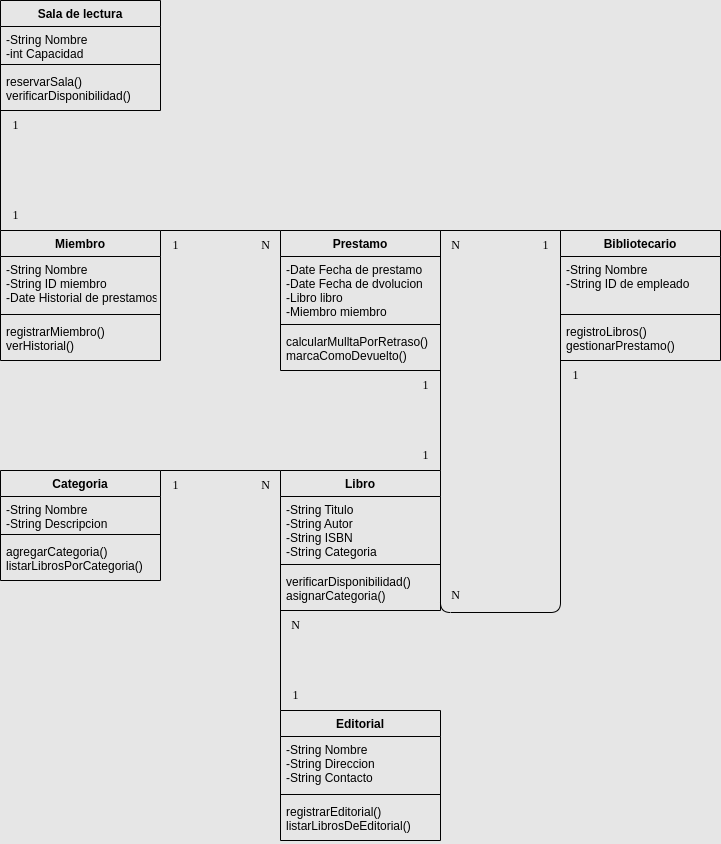
This is SistemaGestionBiblioteca.drawio.png from alexfdb/Diagramas-de-Clases, a draw.io export, as it was before one commit. Source tidied: cells renumbered, new cells last; positions are measured from the earlier drawing's top-left corner, leaving out a move shared by most shapes.
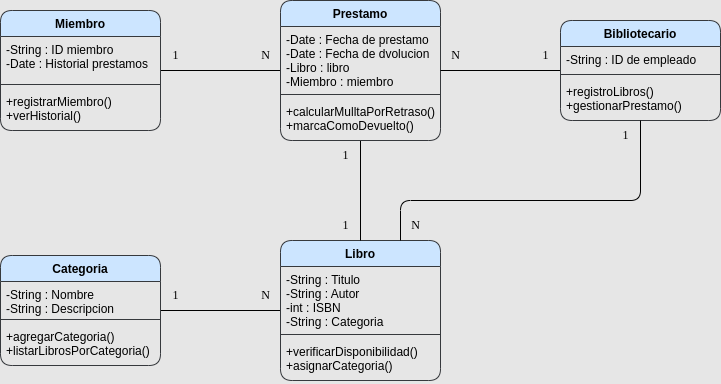
The same diagram one commit later.

Diff of the diagram source:
```diff
@@ -2,157 +2,115 @@
   <root>
     <mxCell id="0" />
     <mxCell id="1" parent="0" />
-    <mxCell id="2" style="html=1;exitX=0;exitY=0;exitDx=0;exitDy=0;entryX=1;entryY=0;entryDx=0;entryDy=0;endArrow=none;endFill=0;" parent="1" edge="1" source="3" target="22">
+    <mxCell id="2" style="html=1;endArrow=none;endFill=0;" parent="1" edge="1" source="3" target="22">
       <mxGeometry relative="1" as="geometry" />
     </mxCell>
-    <mxCell id="3" value="Libro" style="swimlane;fontStyle=1;align=center;verticalAlign=top;horizontal=1;startSize=26;fillColor=none;" parent="1" vertex="1">
+    <mxCell id="3" value="Libro" style="swimlane;fontStyle=1;align=center;verticalAlign=top;horizontal=1;startSize=26;fillColor=#cce5ff;strokeColor=#36393d;rounded=1;" parent="1" vertex="1">
       <mxGeometry x="280" y="470" width="160" height="140" as="geometry" />
     </mxCell>
-    <mxCell id="4" value="-String Titulo&#10;-String Autor&#10;-String ISBN&#10;-String Categoria" style="text;strokeColor=none;fillColor=none;align=left;verticalAlign=top;spacingLeft=4;spacingRight=4;overflow=hidden;" parent="3" vertex="1">
+    <mxCell id="4" value="-String : Titulo&#10;-String : Autor&#10;-int : ISBN&#10;-String : Categoria" style="text;strokeColor=none;fillColor=none;align=left;verticalAlign=top;spacingLeft=4;spacingRight=4;overflow=hidden;rounded=1;" parent="3" vertex="1">
       <mxGeometry y="26" width="160" height="64" as="geometry" />
     </mxCell>
-    <mxCell id="5" style="line;strokeWidth=1;fillColor=none;align=left;verticalAlign=middle;spacingTop=-1;spacingLeft=3;spacingRight=3;labelPosition=right;strokeColor=inherit;" parent="3" vertex="1">
+    <mxCell id="5" style="line;strokeWidth=1;fillColor=none;align=left;verticalAlign=middle;spacingTop=-1;spacingLeft=3;spacingRight=3;labelPosition=right;strokeColor=inherit;rounded=1;" parent="3" vertex="1">
       <mxGeometry y="90" width="160" height="8" as="geometry" />
     </mxCell>
-    <mxCell id="6" value="verificarDisponibilidad()&#10;asignarCategoria()" style="text;strokeColor=none;fillColor=none;align=left;verticalAlign=top;spacingLeft=4;spacingRight=4;overflow=hidden;points=[[0,0.5],[1,0.5]];portConstraint=eastwest;" parent="3" vertex="1">
+    <mxCell id="6" value="+verificarDisponibilidad()&#10;+asignarCategoria()" style="text;strokeColor=none;fillColor=none;align=left;verticalAlign=top;spacingLeft=4;spacingRight=4;overflow=hidden;points=[[0,0.5],[1,0.5]];portConstraint=eastwest;rounded=1;" parent="3" vertex="1">
       <mxGeometry y="98" width="160" height="42" as="geometry" />
     </mxCell>
-    <mxCell id="7" style="edgeStyle=none;html=1;exitX=1;exitY=0;exitDx=0;exitDy=0;entryX=0;entryY=0;entryDx=0;entryDy=0;endArrow=none;endFill=0;" parent="1" edge="1" source="8" target="13">
+    <mxCell id="7" style="edgeStyle=none;html=1;endArrow=none;endFill=0;" parent="1" edge="1" source="8" target="13">
       <mxGeometry relative="1" as="geometry" />
     </mxCell>
-    <mxCell id="8" value="Miembro" style="swimlane;fontStyle=1;align=center;verticalAlign=top;horizontal=1;startSize=26;fillColor=none;" parent="1" vertex="1">
-      <mxGeometry y="230" width="160" height="130" as="geometry" />
+    <mxCell id="8" value="Miembro" style="swimlane;fontStyle=1;align=center;verticalAlign=top;horizontal=1;startSize=26;fillColor=#cce5ff;strokeColor=#36393d;rounded=1;" parent="1" vertex="1">
+      <mxGeometry y="240" width="160" height="120" as="geometry" />
     </mxCell>
-    <mxCell id="9" value="-String Nombre&#10;-String ID miembro&#10;-Date Historial de prestamos" style="text;strokeColor=none;fillColor=none;align=left;verticalAlign=top;spacingLeft=4;spacingRight=4;overflow=hidden;" parent="8" vertex="1">
-      <mxGeometry y="26" width="160" height="54" as="geometry" />
+    <mxCell id="9" value="-String : ID miembro&#10;-Date : Historial prestamos" style="text;strokeColor=none;fillColor=none;align=left;verticalAlign=top;spacingLeft=4;spacingRight=4;overflow=hidden;rounded=1;" parent="8" vertex="1">
+      <mxGeometry y="26" width="160" height="44" as="geometry" />
     </mxCell>
-    <mxCell id="10" style="line;strokeWidth=1;fillColor=none;align=left;verticalAlign=middle;spacingTop=-1;spacingLeft=3;spacingRight=3;labelPosition=right;strokeColor=inherit;" parent="8" vertex="1">
-      <mxGeometry y="80" width="160" height="8" as="geometry" />
+    <mxCell id="10" style="line;strokeWidth=1;fillColor=none;align=left;verticalAlign=middle;spacingTop=-1;spacingLeft=3;spacingRight=3;labelPosition=right;strokeColor=inherit;rounded=1;" parent="8" vertex="1">
+      <mxGeometry y="70" width="160" height="8" as="geometry" />
     </mxCell>
-    <mxCell id="11" value="registrarMiembro()&#10;verHistorial()" style="text;strokeColor=none;fillColor=none;align=left;verticalAlign=top;spacingLeft=4;spacingRight=4;overflow=hidden;" parent="8" vertex="1">
-      <mxGeometry y="88" width="160" height="42" as="geometry" />
+    <mxCell id="11" value="+registrarMiembro()&#10;+verHistorial()" style="text;strokeColor=none;fillColor=none;align=left;verticalAlign=top;spacingLeft=4;spacingRight=4;overflow=hidden;rounded=1;" parent="8" vertex="1">
+      <mxGeometry y="78" width="160" height="42" as="geometry" />
     </mxCell>
-    <mxCell id="12" style="edgeStyle=none;html=1;exitX=1;exitY=0;exitDx=0;exitDy=0;entryX=1;entryY=0;entryDx=0;entryDy=0;endArrow=none;endFill=0;" parent="1" edge="1" source="13" target="3">
+    <mxCell id="12" style="edgeStyle=none;html=1;endArrow=none;endFill=0;" parent="1" edge="1" source="13" target="3">
       <mxGeometry relative="1" as="geometry" />
     </mxCell>
-    <mxCell id="13" value="Prestamo" style="swimlane;fontStyle=1;align=center;verticalAlign=top;horizontal=1;startSize=26;fillColor=none;" parent="1" vertex="1">
+    <mxCell id="13" value="Prestamo" style="swimlane;fontStyle=1;align=center;verticalAlign=top;horizontal=1;startSize=26;fillColor=#cce5ff;strokeColor=#36393d;rounded=1;" parent="1" vertex="1">
       <mxGeometry x="280" y="230" width="160" height="140" as="geometry" />
     </mxCell>
-    <mxCell id="14" value="-Date Fecha de prestamo&#10;-Date Fecha de dvolucion&#10;-Libro libro&#10;-Miembro miembro" style="text;strokeColor=none;fillColor=none;align=left;verticalAlign=top;spacingLeft=4;spacingRight=4;overflow=hidden;" parent="13" vertex="1">
+    <mxCell id="14" value="-Date : Fecha de prestamo&#10;-Date : Fecha de dvolucion&#10;-Libro : libro&#10;-Miembro : miembro" style="text;strokeColor=none;fillColor=none;align=left;verticalAlign=top;spacingLeft=4;spacingRight=4;overflow=hidden;rounded=1;" parent="13" vertex="1">
       <mxGeometry y="26" width="160" height="64" as="geometry" />
     </mxCell>
-    <mxCell id="15" style="line;strokeWidth=1;fillColor=none;align=left;verticalAlign=middle;spacingTop=-1;spacingLeft=3;spacingRight=3;labelPosition=right;strokeColor=inherit;" parent="13" vertex="1">
+    <mxCell id="15" style="line;strokeWidth=1;fillColor=none;align=left;verticalAlign=middle;spacingTop=-1;spacingLeft=3;spacingRight=3;labelPosition=right;strokeColor=inherit;rounded=1;" parent="13" vertex="1">
       <mxGeometry y="90" width="160" height="8" as="geometry" />
     </mxCell>
-    <mxCell id="16" value="calcularMulltaPorRetraso()&#10;marcaComoDevuelto()" style="text;strokeColor=none;fillColor=none;align=left;verticalAlign=top;spacingLeft=4;spacingRight=4;overflow=hidden;" parent="13" vertex="1">
+    <mxCell id="16" value="+calcularMulltaPorRetraso()&#10;+marcaComoDevuelto()" style="text;strokeColor=none;fillColor=none;align=left;verticalAlign=top;spacingLeft=4;spacingRight=4;overflow=hidden;rounded=1;" parent="13" vertex="1">
       <mxGeometry y="98" width="160" height="42" as="geometry" />
     </mxCell>
-    <mxCell id="17" style="edgeStyle=none;html=1;exitX=0;exitY=0;exitDx=0;exitDy=0;entryX=1;entryY=0;entryDx=0;entryDy=0;endArrow=none;endFill=0;" parent="1" edge="1" source="18" target="13">
+    <mxCell id="17" style="edgeStyle=none;html=1;endArrow=none;endFill=0;" parent="1" edge="1" source="18" target="13">
       <mxGeometry relative="1" as="geometry" />
     </mxCell>
-    <mxCell id="18" value="Bibliotecario" style="swimlane;fontStyle=1;align=center;verticalAlign=top;horizontal=1;startSize=26;fillColor=none;" parent="1" vertex="1">
-      <mxGeometry x="560" y="230" width="160" height="130" as="geometry" />
+    <mxCell id="18" value="Bibliotecario" style="swimlane;fontStyle=1;align=center;verticalAlign=top;horizontal=1;startSize=26;fillColor=#cce5ff;strokeColor=#36393d;rounded=1;" parent="1" vertex="1">
+      <mxGeometry x="560" y="250" width="160" height="100" as="geometry" />
     </mxCell>
-    <mxCell id="19" value="-String Nombre&#10;-String ID de empleado" style="text;strokeColor=none;fillColor=none;align=left;verticalAlign=top;spacingLeft=4;spacingRight=4;overflow=hidden;" parent="18" vertex="1">
-      <mxGeometry y="26" width="160" height="54" as="geometry" />
+    <mxCell id="19" value="-String : ID de empleado" style="text;strokeColor=none;fillColor=none;align=left;verticalAlign=top;spacingLeft=4;spacingRight=4;overflow=hidden;rounded=1;" parent="18" vertex="1">
+      <mxGeometry y="26" width="160" height="24" as="geometry" />
     </mxCell>
-    <mxCell id="20" style="line;strokeWidth=1;fillColor=none;align=left;verticalAlign=middle;spacingTop=-1;spacingLeft=3;spacingRight=3;labelPosition=right;strokeColor=inherit;" parent="18" vertex="1">
-      <mxGeometry y="80" width="160" height="8" as="geometry" />
+    <mxCell id="20" style="line;strokeWidth=1;fillColor=none;align=left;verticalAlign=middle;spacingTop=-1;spacingLeft=3;spacingRight=3;labelPosition=right;strokeColor=inherit;rounded=1;" parent="18" vertex="1">
+      <mxGeometry y="50" width="160" height="8" as="geometry" />
     </mxCell>
-    <mxCell id="21" value="registroLibros()&#10;gestionarPrestamo()" style="text;strokeColor=none;fillColor=none;align=left;verticalAlign=top;spacingLeft=4;spacingRight=4;overflow=hidden;points=[[0,0.5],[1,0.5]];portConstraint=eastwest;" parent="18" vertex="1">
-      <mxGeometry y="88" width="160" height="42" as="geometry" />
+    <mxCell id="21" value="+registroLibros()&#10;+gestionarPrestamo()" style="text;strokeColor=none;fillColor=none;align=left;verticalAlign=top;spacingLeft=4;spacingRight=4;overflow=hidden;points=[[0,0.5],[1,0.5]];portConstraint=eastwest;rounded=1;" parent="18" vertex="1">
+      <mxGeometry y="58" width="160" height="42" as="geometry" />
     </mxCell>
-    <mxCell id="22" value="Categoria" style="swimlane;fontStyle=1;align=center;verticalAlign=top;horizontal=1;startSize=26;fillColor=none;" parent="1" vertex="1">
-      <mxGeometry y="470" width="160" height="110" as="geometry" />
+    <mxCell id="22" value="Categoria" style="swimlane;fontStyle=1;align=center;verticalAlign=top;horizontal=1;startSize=26;fillColor=#cce5ff;strokeColor=#36393d;rounded=1;" parent="1" vertex="1">
+      <mxGeometry y="485" width="160" height="110" as="geometry" />
     </mxCell>
-    <mxCell id="23" value="-String Nombre&#10;-String Descripcion" style="text;strokeColor=none;fillColor=none;align=left;verticalAlign=top;spacingLeft=4;spacingRight=4;overflow=hidden;" parent="22" vertex="1">
+    <mxCell id="23" value="-String : Nombre&#10;-String : Descripcion" style="text;strokeColor=none;fillColor=none;align=left;verticalAlign=top;spacingLeft=4;spacingRight=4;overflow=hidden;rounded=1;" parent="22" vertex="1">
       <mxGeometry y="26" width="160" height="34" as="geometry" />
     </mxCell>
-    <mxCell id="24" style="line;strokeWidth=1;fillColor=none;align=left;verticalAlign=middle;spacingTop=-1;spacingLeft=3;spacingRight=3;labelPosition=right;strokeColor=inherit;" parent="22" vertex="1">
+    <mxCell id="24" style="line;strokeWidth=1;fillColor=none;align=left;verticalAlign=middle;spacingTop=-1;spacingLeft=3;spacingRight=3;labelPosition=right;strokeColor=inherit;rounded=1;" parent="22" vertex="1">
       <mxGeometry y="60" width="160" height="8" as="geometry" />
     </mxCell>
-    <mxCell id="25" value="agregarCategoria()&#10;listarLibrosPorCategoria()" style="text;strokeColor=none;fillColor=none;align=left;verticalAlign=top;spacingLeft=4;spacingRight=4;overflow=hidden;" parent="22" vertex="1">
+    <mxCell id="25" value="+agregarCategoria()&#10;+listarLibrosPorCategoria()" style="text;strokeColor=none;fillColor=none;align=left;verticalAlign=top;spacingLeft=4;spacingRight=4;overflow=hidden;rounded=1;" parent="22" vertex="1">
       <mxGeometry y="68" width="160" height="42" as="geometry" />
     </mxCell>
-    <mxCell id="26" style="edgeStyle=orthogonalEdgeStyle;html=1;exitX=0;exitY=0.5;exitDx=0;exitDy=0;endArrow=none;endFill=0;entryX=1;entryY=0.5;entryDx=0;entryDy=0;" parent="1" edge="1" source="21" target="6">
-      <mxGeometry relative="1" as="geometry">
-        <Array as="points">
-          <mxPoint x="560" y="612" />
-          <mxPoint x="440" y="612" />
-        </Array>
-      </mxGeometry>
-    </mxCell>
-    <mxCell id="27" value="1" style="text;html=1;align=center;verticalAlign=middle;strokeColor=none;fillColor=none;fontFamily=Times New Roman;" parent="1" vertex="1">
-      <mxGeometry x="160" y="230" width="30" height="30" as="geometry" />
+    <mxCell id="27" value="1" style="text;html=1;align=center;verticalAlign=middle;strokeColor=none;fillColor=none;fontFamily=Times New Roman;rounded=1;" parent="1" vertex="1">
+      <mxGeometry x="160" y="270" width="30" height="30" as="geometry" />
     </mxCell>
-    <mxCell id="28" value="N" style="text;html=1;align=center;verticalAlign=middle;strokeColor=none;fillColor=none;fontFamily=Times New Roman;" parent="1" vertex="1">
-      <mxGeometry x="250" y="230" width="30" height="30" as="geometry" />
+    <mxCell id="28" value="N" style="text;html=1;align=center;verticalAlign=middle;strokeColor=none;fillColor=none;fontFamily=Times New Roman;rounded=1;" parent="1" vertex="1">
+      <mxGeometry x="250" y="270" width="30" height="30" as="geometry" />
     </mxCell>
-    <mxCell id="29" value="1" style="text;html=1;align=center;verticalAlign=middle;strokeColor=none;fillColor=none;fontFamily=Times New Roman;" parent="1" vertex="1">
-      <mxGeometry x="410" y="370" width="30" height="30" as="geometry" />
+    <mxCell id="29" value="1" style="text;html=1;align=center;verticalAlign=middle;strokeColor=none;fillColor=none;fontFamily=Times New Roman;rounded=1;" parent="1" vertex="1">
+      <mxGeometry x="330" y="370" width="30" height="30" as="geometry" />
     </mxCell>
-    <mxCell id="30" value="1" style="text;html=1;align=center;verticalAlign=middle;strokeColor=none;fillColor=none;fontFamily=Times New Roman;" parent="1" vertex="1">
-      <mxGeometry x="410" y="440" width="30" height="30" as="geometry" />
+    <mxCell id="30" value="1" style="text;html=1;align=center;verticalAlign=middle;strokeColor=none;fillColor=none;fontFamily=Times New Roman;rounded=1;" parent="1" vertex="1">
+      <mxGeometry x="330" y="440" width="30" height="30" as="geometry" />
     </mxCell>
-    <mxCell id="31" value="1" style="text;html=1;align=center;verticalAlign=middle;strokeColor=none;fillColor=none;fontFamily=Times New Roman;" parent="1" vertex="1">
-      <mxGeometry x="530" y="230" width="30" height="30" as="geometry" />
+    <mxCell id="31" value="1" style="text;html=1;align=center;verticalAlign=middle;strokeColor=none;fillColor=none;fontFamily=Times New Roman;rounded=1;" parent="1" vertex="1">
+      <mxGeometry x="530" y="270" width="30" height="30" as="geometry" />
     </mxCell>
-    <mxCell id="32" value="1" style="text;html=1;align=center;verticalAlign=middle;strokeColor=none;fillColor=none;fontFamily=Times New Roman;" parent="1" vertex="1">
-      <mxGeometry x="560" y="360" width="30" height="30" as="geometry" />
+    <mxCell id="32" value="1" style="text;html=1;align=center;verticalAlign=middle;strokeColor=none;fillColor=none;fontFamily=Times New Roman;rounded=1;" parent="1" vertex="1">
+      <mxGeometry x="610" y="350" width="30" height="30" as="geometry" />
     </mxCell>
-    <mxCell id="33" value="N" style="text;html=1;align=center;verticalAlign=middle;strokeColor=none;fillColor=none;fontFamily=Times New Roman;" parent="1" vertex="1">
-      <mxGeometry x="440" y="230" width="30" height="30" as="geometry" />
+    <mxCell id="33" value="N" style="text;html=1;align=center;verticalAlign=middle;strokeColor=none;fillColor=none;fontFamily=Times New Roman;rounded=1;" parent="1" vertex="1">
+      <mxGeometry x="440" y="270" width="30" height="30" as="geometry" />
     </mxCell>
-    <mxCell id="34" value="N" style="text;html=1;align=center;verticalAlign=middle;strokeColor=none;fillColor=none;fontFamily=Times New Roman;" parent="1" vertex="1">
-      <mxGeometry x="440" y="580" width="30" height="30" as="geometry" />
+    <mxCell id="34" value="N" style="text;html=1;align=center;verticalAlign=middle;strokeColor=none;fillColor=none;fontFamily=Times New Roman;rounded=1;" parent="1" vertex="1">
+      <mxGeometry x="400" y="440" width="30" height="30" as="geometry" />
     </mxCell>
-    <mxCell id="35" value="N" style="text;html=1;align=center;verticalAlign=middle;strokeColor=none;fillColor=none;fontFamily=Times New Roman;" parent="1" vertex="1">
-      <mxGeometry x="250" y="470" width="30" height="30" as="geometry" />
+    <mxCell id="35" value="N" style="text;html=1;align=center;verticalAlign=middle;strokeColor=none;fillColor=none;fontFamily=Times New Roman;rounded=1;" parent="1" vertex="1">
+      <mxGeometry x="250" y="510" width="30" height="30" as="geometry" />
     </mxCell>
-    <mxCell id="36" value="1" style="text;html=1;align=center;verticalAlign=middle;strokeColor=none;fillColor=none;fontFamily=Times New Roman;" parent="1" vertex="1">
-      <mxGeometry x="160" y="470" width="30" height="30" as="geometry" />
+    <mxCell id="36" value="1" style="text;html=1;align=center;verticalAlign=middle;strokeColor=none;fillColor=none;fontFamily=Times New Roman;rounded=1;" parent="1" vertex="1">
+      <mxGeometry x="160" y="510" width="30" height="30" as="geometry" />
     </mxCell>
-    <mxCell id="37" style="edgeStyle=none;html=1;exitX=0;exitY=0;exitDx=0;exitDy=0;entryX=0;entryY=0.5;entryDx=0;entryDy=0;endArrow=none;endFill=0;" parent="1" edge="1" source="38" target="6">
-      <mxGeometry relative="1" as="geometry" />
-    </mxCell>
-    <mxCell id="38" value="Editorial" style="swimlane;fontStyle=1;align=center;verticalAlign=top;horizontal=1;startSize=26;fillColor=none;" parent="1" vertex="1">
-      <mxGeometry x="280" y="710" width="160" height="130" as="geometry" />
-    </mxCell>
-    <mxCell id="39" value="-String Nombre&#10;-String Direccion&#10;-String Contacto" style="text;strokeColor=none;fillColor=none;align=left;verticalAlign=top;spacingLeft=4;spacingRight=4;overflow=hidden;" parent="38" vertex="1">
-      <mxGeometry y="26" width="160" height="54" as="geometry" />
-    </mxCell>
-    <mxCell id="40" style="line;strokeWidth=1;fillColor=none;align=left;verticalAlign=middle;spacingTop=-1;spacingLeft=3;spacingRight=3;labelPosition=right;strokeColor=inherit;" parent="38" vertex="1">
-      <mxGeometry y="80" width="160" height="8" as="geometry" />
-    </mxCell>
-    <mxCell id="41" value="registrarEditorial()&#10;listarLibrosDeEditorial()" style="text;strokeColor=none;fillColor=none;align=left;verticalAlign=top;spacingLeft=4;spacingRight=4;overflow=hidden;" parent="38" vertex="1">
-      <mxGeometry y="88" width="160" height="42" as="geometry" />
-    </mxCell>
-    <mxCell id="42" value="Sala de lectura" style="swimlane;fontStyle=1;align=center;verticalAlign=top;horizontal=1;startSize=26;fillColor=none;" parent="1" vertex="1">
-      <mxGeometry width="160" height="110" as="geometry" />
-    </mxCell>
-    <mxCell id="43" value="-String Nombre&#10;-int Capacidad" style="text;strokeColor=none;fillColor=none;align=left;verticalAlign=top;spacingLeft=4;spacingRight=4;overflow=hidden;" parent="42" vertex="1">
-      <mxGeometry y="26" width="160" height="34" as="geometry" />
-    </mxCell>
-    <mxCell id="44" style="line;strokeWidth=1;fillColor=none;align=left;verticalAlign=middle;spacingTop=-1;spacingLeft=3;spacingRight=3;labelPosition=right;strokeColor=inherit;" parent="42" vertex="1">
-      <mxGeometry y="60" width="160" height="8" as="geometry" />
-    </mxCell>
-    <mxCell id="45" value="reservarSala()&#10;verificarDisponibilidad()" style="text;strokeColor=none;fillColor=none;align=left;verticalAlign=top;spacingLeft=4;spacingRight=4;overflow=hidden;points=[[0,0.5],[1,0.5]];portConstraint=eastwest;" parent="42" vertex="1">
-      <mxGeometry y="68" width="160" height="42" as="geometry" />
-    </mxCell>
-    <mxCell id="46" style="edgeStyle=none;html=1;exitX=0;exitY=0.5;exitDx=0;exitDy=0;entryX=0;entryY=0;entryDx=0;entryDy=0;endArrow=none;endFill=0;" parent="1" edge="1" source="45" target="8">
-      <mxGeometry relative="1" as="geometry" />
-    </mxCell>
-    <mxCell id="47" value="N" style="text;html=1;align=center;verticalAlign=middle;strokeColor=none;fillColor=none;fontFamily=Times New Roman;" parent="1" vertex="1">
-      <mxGeometry x="280" y="610" width="30" height="30" as="geometry" />
-    </mxCell>
-    <mxCell id="48" value="1" style="text;html=1;align=center;verticalAlign=middle;strokeColor=none;fillColor=none;fontFamily=Times New Roman;" parent="1" vertex="1">
-      <mxGeometry x="280" y="680" width="30" height="30" as="geometry" />
-    </mxCell>
-    <mxCell id="49" value="1" style="text;html=1;align=center;verticalAlign=middle;strokeColor=none;fillColor=none;fontFamily=Times New Roman;" parent="1" vertex="1">
-      <mxGeometry y="110" width="30" height="30" as="geometry" />
-    </mxCell>
-    <mxCell id="50" value="1" style="text;html=1;align=center;verticalAlign=middle;strokeColor=none;fillColor=none;fontFamily=Times New Roman;" parent="1" vertex="1">
-      <mxGeometry y="200" width="30" height="30" as="geometry" />
-    </mxCell>
+    <mxCell id="51" style="edgeStyle=orthogonalEdgeStyle;html=1;entryX=0.75;entryY=0;entryDx=0;entryDy=0;endArrow=none;endFill=0;" parent="1" edge="1" source="18" target="3">
+      <mxGeometry relative="1" as="geometry">
+        <Array as="points">
+          <mxPoint x="640" y="430" />
+          <mxPoint x="400" y="430" />
+        </Array>
+      </mxGeometry>
+    </mxCell>
   </root>
 </mxGraphModel>
```
